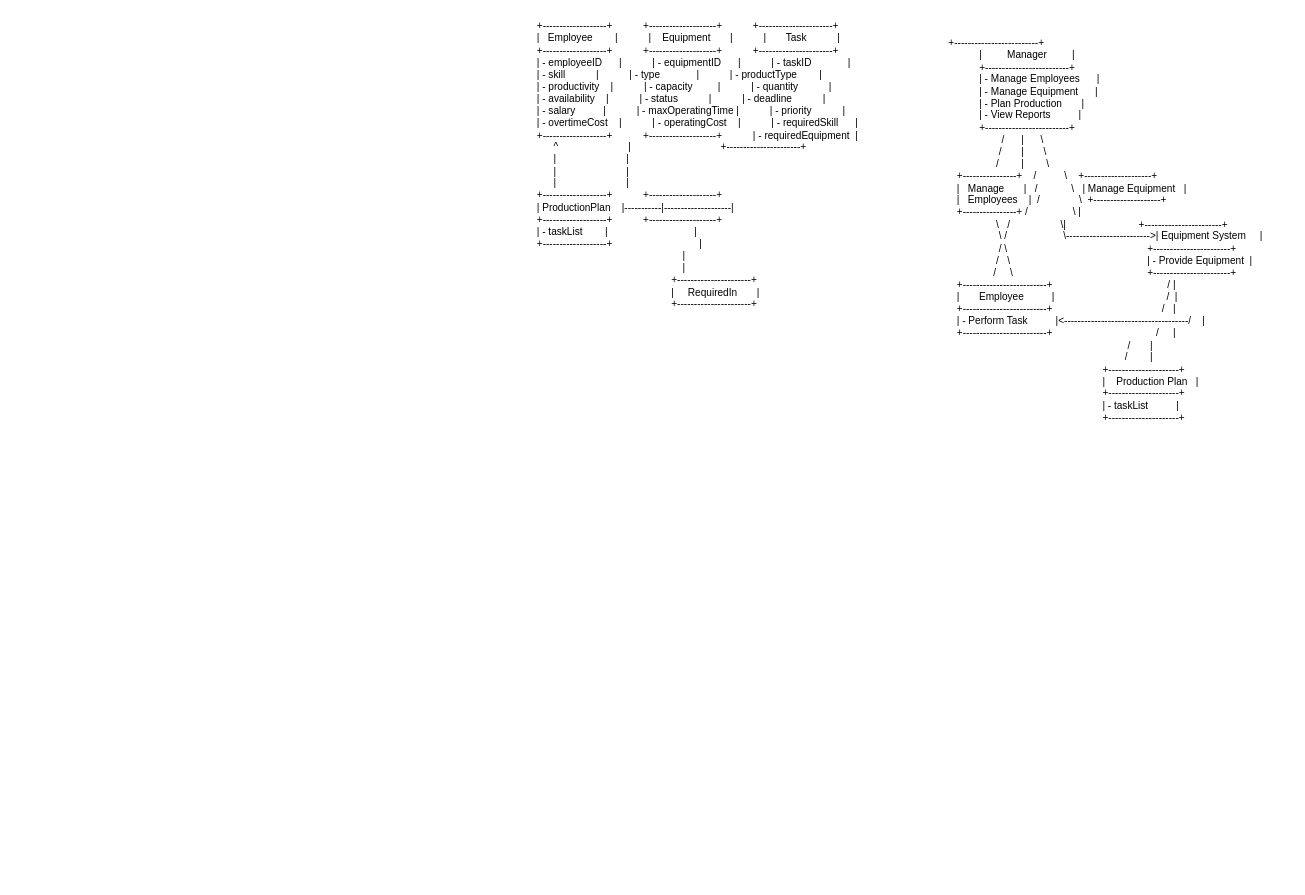
phamvanduc28/human_resource_management keeps this draw.io diagram as human_resource_management.drawio. Above is the earlier version. Source tidied: cells renumbered, new cells numbered last; positions are measured from the earlier drawing's top-left corner, leaving out a move shared by most shapes. Both pictures are drawn from the tidied source at 84%, with x=0, y=0 at pixel (535, 14).
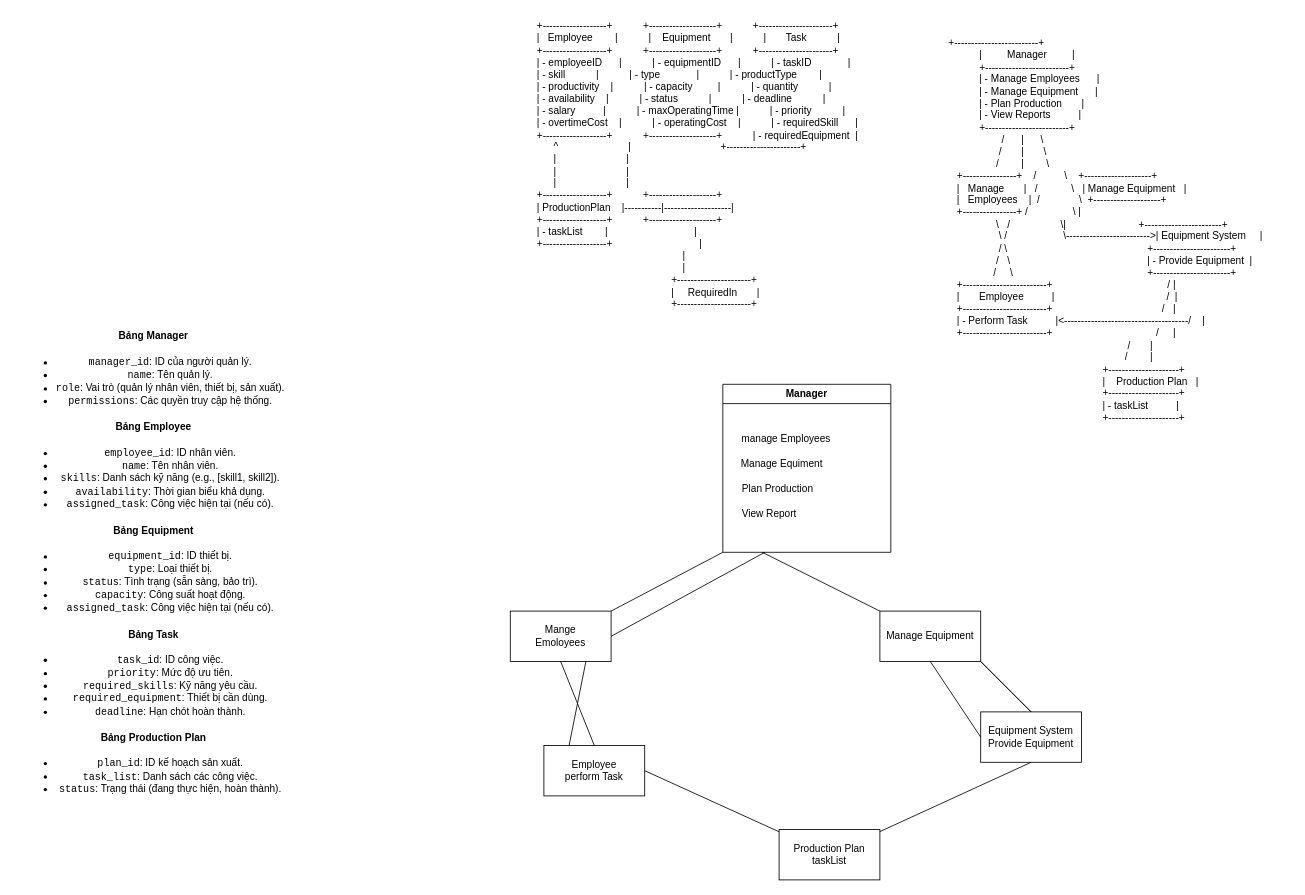
The same page after the edit.

Commit message:
Cập nhật human_resource_management.drawio

What changed in the source:
```diff
@@
+    <mxCell id="4" value="&lt;h4&gt;&lt;strong&gt;&lt;br&gt;&lt;/strong&gt;&lt;/h4&gt;&lt;h4&gt;&lt;strong&gt;&lt;br&gt;&lt;/strong&gt;&lt;/h4&gt;&lt;h4&gt;&lt;strong&gt;&lt;br&gt;&lt;/strong&gt;&lt;/h4&gt;&lt;h4&gt;&lt;strong&gt;&lt;br&gt;&lt;/strong&gt;&lt;/h4&gt;&lt;h4&gt;&lt;strong&gt;&lt;br&gt;&lt;/strong&gt;&lt;/h4&gt;&lt;h4&gt;&lt;strong&gt;&lt;br&gt;&lt;/strong&gt;&lt;/h4&gt;&lt;h4&gt;&lt;strong&gt;Bảng Manager&lt;/strong&gt;&lt;/h4&gt;&lt;ul&gt;&lt;li&gt;&lt;code&gt;manager_id&lt;/code&gt;: ID của người quản lý.&lt;/li&gt;&lt;li&gt;&lt;code&gt;name&lt;/code&gt;: Tên quản lý.&lt;/li&gt;&lt;li&gt;&lt;code&gt;role&lt;/code&gt;: Vai trò (quản lý nhân viên, thiết bị, sản xuất).&lt;/li&gt;&lt;li&gt;&lt;code&gt;permissions&lt;/code&gt;: Các quyền truy cập hệ thống.&lt;/li&gt;&lt;/ul&gt;&lt;h4&gt;&lt;strong&gt;Bảng Employee&lt;/strong&gt;&lt;/h4&gt;&lt;ul&gt;&lt;li&gt;&lt;code&gt;employee_id&lt;/code&gt;: ID nhân viên.&lt;/li&gt;&lt;li&gt;&lt;code&gt;name&lt;/code&gt;: Tên nhân viên.&lt;/li&gt;&lt;li&gt;&lt;code&gt;skills&lt;/code&gt;: Danh sách kỹ năng (e.g., [skill1, skill2]).&lt;/li&gt;&lt;li&gt;&lt;code&gt;availability&lt;/code&gt;: Thời gian biểu khả dụng.&lt;/li&gt;&lt;li&gt;&lt;code&gt;assigned_task&lt;/code&gt;: Công việc hiện tại (nếu có).&lt;/li&gt;&lt;/ul&gt;&lt;h4&gt;&lt;strong&gt;Bảng Equipment&lt;/strong&gt;&lt;/h4&gt;&lt;ul&gt;&lt;li&gt;&lt;code&gt;equipment_id&lt;/code&gt;: ID thiết bị.&lt;/li&gt;&lt;li&gt;&lt;code&gt;type&lt;/code&gt;: Loại thiết bị.&lt;/li&gt;&lt;li&gt;&lt;code&gt;status&lt;/code&gt;: Tình trạng (sẵn sàng, bảo trì).&lt;/li&gt;&lt;li&gt;&lt;code&gt;capacity&lt;/code&gt;: Công suất hoạt động.&lt;/li&gt;&lt;li&gt;&lt;code&gt;assigned_task&lt;/code&gt;: Công việc hiện tại (nếu có).&lt;/li&gt;&lt;/ul&gt;&lt;h4&gt;&lt;strong&gt;Bảng Task&lt;/strong&gt;&lt;/h4&gt;&lt;ul&gt;&lt;li&gt;&lt;code&gt;task_id&lt;/code&gt;: ID công việc.&lt;/li&gt;&lt;li&gt;&lt;code&gt;priority&lt;/code&gt;: Mức độ ưu tiên.&lt;/li&gt;&lt;li&gt;&lt;code&gt;required_skills&lt;/code&gt;: Kỹ năng yêu cầu.&lt;/li&gt;&lt;li&gt;&lt;code&gt;required_equipment&lt;/code&gt;: Thiết bị cần dùng.&lt;/li&gt;&lt;li&gt;&lt;code&gt;deadline&lt;/code&gt;: Hạn chót hoàn thành.&lt;/li&gt;&lt;/ul&gt;&lt;h4&gt;&lt;strong&gt;Bảng Production Plan&lt;/strong&gt;&lt;/h4&gt;&lt;ul&gt;&lt;li&gt;&lt;code&gt;plan_id&lt;/code&gt;: ID kế hoạch sản xuất.&lt;/li&gt;&lt;li&gt;&lt;code&gt;task_list&lt;/code&gt;: Danh sách các công việc.&lt;/li&gt;&lt;li&gt;&lt;code&gt;status&lt;/code&gt;: Trạng thái (đang thực hiện, hoàn thành).&lt;/li&gt;&lt;/ul&gt;" style="text;html=1;align=center;verticalAlign=middle;strokeColor=none;fillColor=none;" parent="1" vertex="1">
+      <mxGeometry x="-620" y="180" width="330" height="760" as="geometry" />
+    </mxCell>
+    <mxCell id="5" value="Manager" style="swimlane;whiteSpace=wrap;html=1;" parent="1" vertex="1">
+      <mxGeometry x="223" y="440" width="200" height="200" as="geometry" />
+    </mxCell>
+    <mxCell id="6" value="manage Employees" style="text;html=1;align=center;verticalAlign=middle;strokeColor=none;fillColor=none;" parent="5" vertex="1">
+      <mxGeometry x="10" y="50" width="130" height="30" as="geometry" />
+    </mxCell>
+    <mxCell id="7" value="Manage Equiment" style="text;html=1;align=center;verticalAlign=middle;strokeColor=none;fillColor=none;" parent="5" vertex="1">
+      <mxGeometry x="10" y="80" width="120" height="30" as="geometry" />
+    </mxCell>
+    <mxCell id="8" value="Plan Production" style="text;html=1;align=center;verticalAlign=middle;strokeColor=none;fillColor=none;" parent="5" vertex="1">
+      <mxGeometry x="10" y="110" width="110" height="30" as="geometry" />
+    </mxCell>
+    <mxCell id="9" value="View Report" style="text;html=1;align=center;verticalAlign=middle;strokeColor=none;fillColor=none;" parent="5" vertex="1">
+      <mxGeometry x="10" y="140" width="90" height="30" as="geometry" />
+    </mxCell>
+    <mxCell id="10" value="Mange&lt;br&gt;Emoloyees" style="rounded=0;whiteSpace=wrap;html=1;" parent="1" vertex="1">
+      <mxGeometry x="-30" y="710" width="120" height="60" as="geometry" />
+    </mxCell>
+    <mxCell id="11" value="Manage Equipment" style="rounded=0;whiteSpace=wrap;html=1;" parent="1" vertex="1">
+      <mxGeometry x="410" y="710" width="120" height="60" as="geometry" />
+    </mxCell>
+    <mxCell id="12" value="Equipment System&lt;br&gt;Provide Equipment" style="rounded=0;whiteSpace=wrap;html=1;" parent="1" vertex="1">
+      <mxGeometry x="530" y="830" width="120" height="60" as="geometry" />
+    </mxCell>
+    <mxCell id="13" value="Employee&lt;br&gt;perform Task" style="rounded=0;whiteSpace=wrap;html=1;" parent="1" vertex="1">
+      <mxGeometry x="10" y="870" width="120" height="60" as="geometry" />
+    </mxCell>
+    <mxCell id="14" value="Production Plan&lt;div&gt;taskList&lt;/div&gt;" style="rounded=0;whiteSpace=wrap;html=1;" parent="1" vertex="1">
+      <mxGeometry x="290" y="970" width="120" height="60" as="geometry" />
+    </mxCell>
+    <mxCell id="15" style="endArrow=none;html=1;rounded=0;entryX=1;entryY=0;entryDx=0;entryDy=0;exitX=0;exitY=1;exitDx=0;exitDy=0;" parent="1" edge="1" source="5" target="10">
+      <mxGeometry relative="1" as="geometry" />
+    </mxCell>
+    <mxCell id="16" style="endArrow=none;html=1;rounded=0;entryX=1;entryY=0.5;entryDx=0;entryDy=0;exitX=0.25;exitY=1;exitDx=0;exitDy=0;" parent="1" edge="1" source="5" target="10">
+      <mxGeometry relative="1" as="geometry" />
+    </mxCell>
+    <mxCell id="17" style="endArrow=none;html=1;rounded=0;" parent="1" edge="1" target="11">
+      <mxGeometry relative="1" as="geometry">
+        <mxPoint x="270" y="640" as="sourcePoint" />
+      </mxGeometry>
+    </mxCell>
+    <mxCell id="18" style="endArrow=none;html=1;rounded=0;exitX=0.5;exitY=0;exitDx=0;exitDy=0;entryX=1;entryY=1;entryDx=0;entryDy=0;" parent="1" edge="1" source="12" target="11">
+      <mxGeometry relative="1" as="geometry" />
+    </mxCell>
+    <mxCell id="19" style="endArrow=none;html=1;rounded=0;exitX=0.5;exitY=0;exitDx=0;exitDy=0;entryX=1;entryY=1;entryDx=0;entryDy=0;" parent="1" edge="1" source="12" target="11">
+      <mxGeometry relative="1" as="geometry">
+        <Array as="points">
+          <mxPoint x="560" y="800" />
+        </Array>
+      </mxGeometry>
+    </mxCell>
+    <mxCell id="20" style="endArrow=none;html=1;rounded=0;entryX=0.5;entryY=1;entryDx=0;entryDy=0;exitX=0;exitY=0.5;exitDx=0;exitDy=0;" parent="1" edge="1" source="12" target="11">
+      <mxGeometry relative="1" as="geometry" />
+    </mxCell>
+    <mxCell id="21" style="endArrow=none;html=1;rounded=0;exitX=0.5;exitY=0;exitDx=0;exitDy=0;entryX=0.5;entryY=1;entryDx=0;entryDy=0;" parent="1" edge="1" source="13" target="10">
+      <mxGeometry relative="1" as="geometry" />
+    </mxCell>
+    <mxCell id="22" style="endArrow=none;html=1;rounded=0;entryX=1;entryY=0.5;entryDx=0;entryDy=0;" parent="1" edge="1" source="14" target="13">
+      <mxGeometry relative="1" as="geometry" />
+    </mxCell>
+    <mxCell id="23" style="endArrow=none;html=1;rounded=0;exitX=0.25;exitY=0;exitDx=0;exitDy=0;entryX=0.75;entryY=1;entryDx=0;entryDy=0;" parent="1" edge="1" source="13" target="10">
+      <mxGeometry relative="1" as="geometry" />
+    </mxCell>
+    <mxCell id="24" style="endArrow=none;html=1;rounded=0;entryX=0.5;entryY=1;entryDx=0;entryDy=0;" parent="1" edge="1" source="14" target="12">
+      <mxGeometry relative="1" as="geometry" />
+    </mxCell>
```
